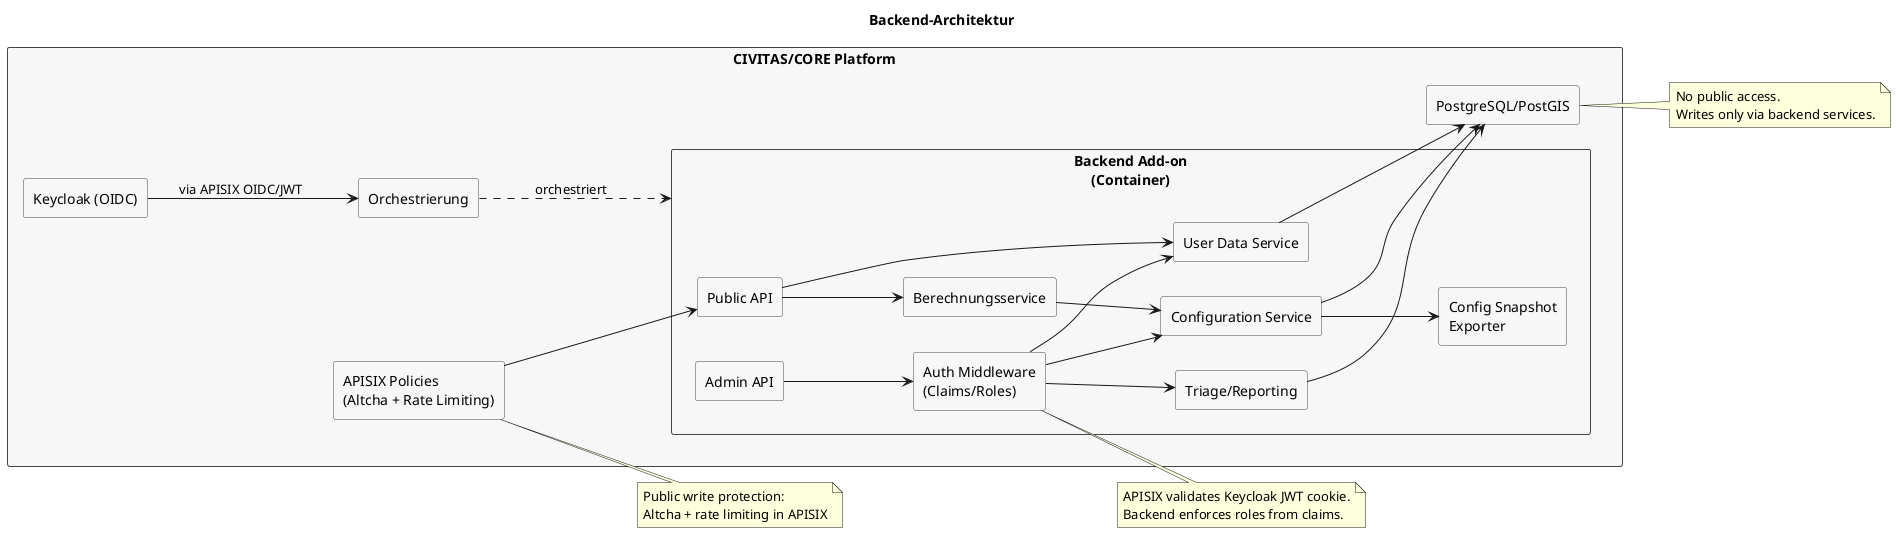
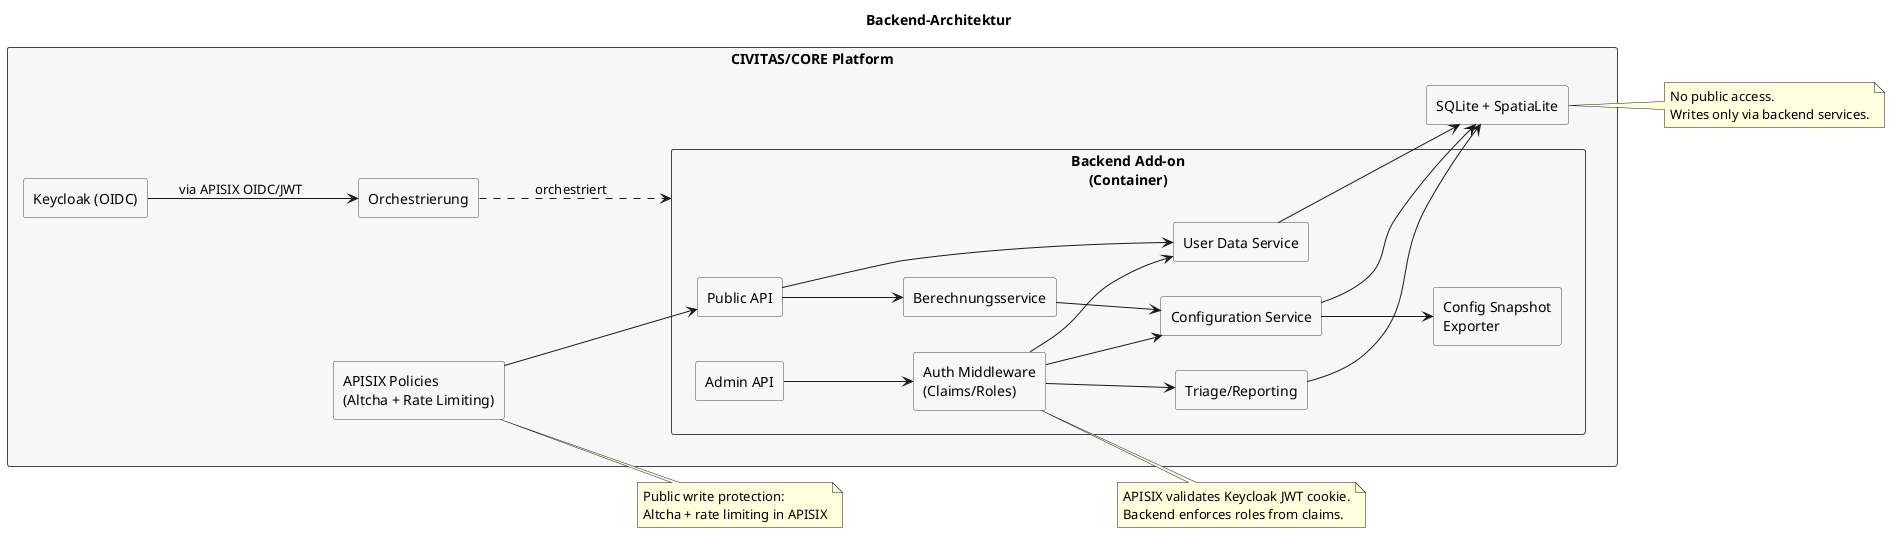
﻿@startuml
left to right direction
skinparam rectangle {
  BackgroundColor #F7F7F7
  BorderColor #444444
}

title Backend-Architektur

rectangle "CIVITAS/CORE Platform" as civitas {
  rectangle "Orchestrierung" as orchestrator
  rectangle "APISIX Policies\n(Altcha + Rate Limiting)" as protect

  rectangle "Backend Add-on\n(Container)" as backend {
    rectangle "Public API" as public_api
    rectangle "Admin API" as admin_api
    rectangle "Auth Middleware\n(Claims/Roles)" as auth
    rectangle "Configuration Service" as config
    rectangle "User Data Service" as user_data
    rectangle "Triage/Reporting" as triage
    rectangle "Berechnungsservice" as calc
    rectangle "Config Snapshot\nExporter" as export
  }

-   rectangle "PostgreSQL/PostGIS" as db
+   rectangle "SQLite + SpatiaLite" as db
  rectangle "Keycloak (OIDC)" as keycloak
}

orchestrator ..> backend : orchestriert

protect --> public_api
public_api --> user_data
public_api --> calc
admin_api --> auth
auth --> config
auth --> triage
auth --> user_data
config --> export
config --> db
user_data --> db
triage --> db
calc --> config
keycloak --> orchestrator : via APISIX OIDC/JWT

note right of protect
Public write protection:
Altcha + rate limiting in APISIX
end note

note right of auth
APISIX validates Keycloak JWT cookie.
Backend enforces roles from claims.
end note

note right of db
No public access.
Writes only via backend services.
end note

@enduml


